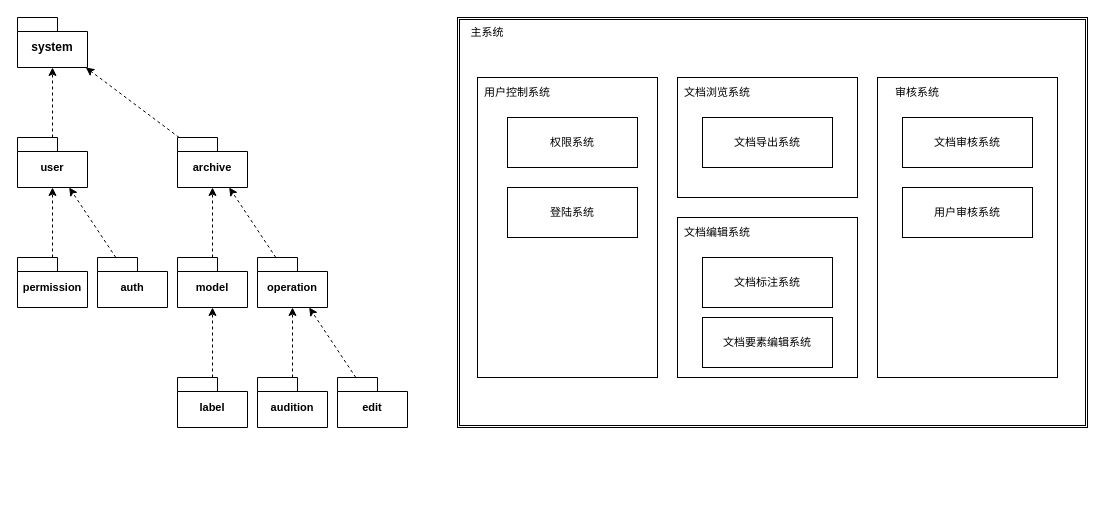
Above: UML包图.drawio in icemeowzhi/uml (draw.io), before the change. Source tidied: cells renumbered, new cells numbered last; positions are measured from the earlier drawing's top-left corner, leaving out a move shared by most shapes. Both pictures are drawn from the tidied source at 100%, with x=0, y=0 at pixel (17, 17).
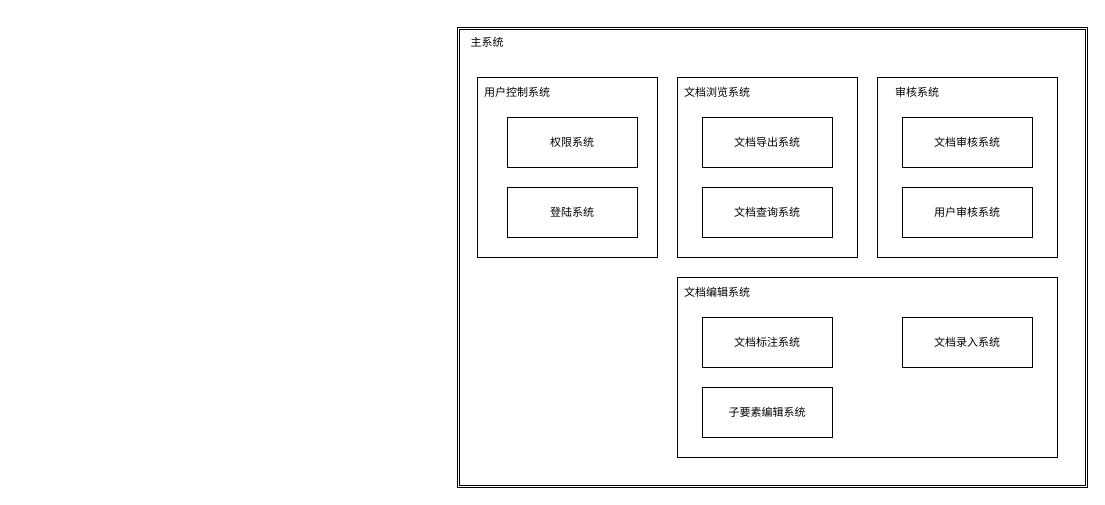
After the change.

What changed in the source:
```diff
@@
-    <mxCell id="2" value="system" style="shape=folder;fontStyle=1;spacingTop=10;tabWidth=40;tabHeight=14;tabPosition=left;html=1;whiteSpace=wrap;" parent="1" vertex="1">
-      <mxGeometry width="70" height="50" as="geometry" />
-    </mxCell>
-    <mxCell id="3" style="edgeStyle=none;shape=connector;rounded=0;jettySize=auto;html=1;dashed=1;labelBackgroundColor=default;strokeColor=default;fontFamily=Helvetica;fontSize=11;fontColor=default;endArrow=classic;" parent="1" edge="1" source="4" target="8">
-      <mxGeometry relative="1" as="geometry" />
-    </mxCell>
-    <mxCell id="4" value="permission" style="shape=folder;fontStyle=1;spacingTop=10;tabWidth=40;tabHeight=14;tabPosition=left;html=1;whiteSpace=wrap;fontFamily=Helvetica;fontSize=11;fontColor=default;" parent="1" vertex="1">
-      <mxGeometry y="240" width="70" height="50" as="geometry" />
-    </mxCell>
-    <mxCell id="5" style="edgeStyle=none;shape=connector;rounded=0;jettySize=auto;html=1;dashed=1;labelBackgroundColor=default;strokeColor=default;fontFamily=Helvetica;fontSize=11;fontColor=default;endArrow=classic;" parent="1" edge="1" source="6" target="2">
-      <mxGeometry relative="1" as="geometry" />
-    </mxCell>
-    <mxCell id="6" value="archive" style="shape=folder;fontStyle=1;spacingTop=10;tabWidth=40;tabHeight=14;tabPosition=left;html=1;whiteSpace=wrap;fontFamily=Helvetica;fontSize=11;fontColor=default;" parent="1" vertex="1">
-      <mxGeometry x="160" y="120" width="70" height="50" as="geometry" />
-    </mxCell>
-    <mxCell id="7" style="edgeStyle=none;shape=connector;rounded=0;jettySize=auto;html=1;dashed=1;labelBackgroundColor=default;strokeColor=default;fontFamily=Helvetica;fontSize=11;fontColor=default;endArrow=classic;" parent="1" edge="1" source="8" target="2">
-      <mxGeometry relative="1" as="geometry" />
-    </mxCell>
-    <mxCell id="8" value="user" style="shape=folder;fontStyle=1;spacingTop=10;tabWidth=40;tabHeight=14;tabPosition=left;html=1;whiteSpace=wrap;fontFamily=Helvetica;fontSize=11;fontColor=default;" parent="1" vertex="1">
-      <mxGeometry y="120" width="70" height="50" as="geometry" />
-    </mxCell>
-    <mxCell id="9" style="edgeStyle=none;shape=connector;rounded=0;jettySize=auto;html=1;dashed=1;labelBackgroundColor=default;strokeColor=default;fontFamily=Helvetica;fontSize=11;fontColor=default;endArrow=classic;" parent="1" edge="1" source="10" target="14">
-      <mxGeometry relative="1" as="geometry" />
-    </mxCell>
-    <mxCell id="10" value="label" style="shape=folder;fontStyle=1;spacingTop=10;tabWidth=40;tabHeight=14;tabPosition=left;html=1;whiteSpace=wrap;fontFamily=Helvetica;fontSize=11;fontColor=default;" parent="1" vertex="1">
-      <mxGeometry x="160" y="360" width="70" height="50" as="geometry" />
-    </mxCell>
-    <mxCell id="11" style="edgeStyle=none;shape=connector;rounded=0;jettySize=auto;html=1;dashed=1;labelBackgroundColor=default;strokeColor=default;fontFamily=Helvetica;fontSize=11;fontColor=default;endArrow=classic;" parent="1" edge="1" source="12" target="8">
-      <mxGeometry relative="1" as="geometry" />
-    </mxCell>
-    <mxCell id="12" value="auth" style="shape=folder;fontStyle=1;spacingTop=10;tabWidth=40;tabHeight=14;tabPosition=left;html=1;whiteSpace=wrap;fontFamily=Helvetica;fontSize=11;fontColor=default;" parent="1" vertex="1">
-      <mxGeometry x="80" y="240" width="70" height="50" as="geometry" />
-    </mxCell>
-    <mxCell id="13" style="edgeStyle=none;shape=connector;rounded=0;jettySize=auto;html=1;dashed=1;labelBackgroundColor=default;strokeColor=default;fontFamily=Helvetica;fontSize=11;fontColor=default;endArrow=classic;" parent="1" edge="1" source="14" target="6">
-      <mxGeometry relative="1" as="geometry" />
-    </mxCell>
-    <mxCell id="14" value="model" style="shape=folder;fontStyle=1;spacingTop=10;tabWidth=40;tabHeight=14;tabPosition=left;html=1;whiteSpace=wrap;fontFamily=Helvetica;fontSize=11;fontColor=default;" parent="1" vertex="1">
-      <mxGeometry x="160" y="240" width="70" height="50" as="geometry" />
-    </mxCell>
-    <mxCell id="15" style="edgeStyle=none;shape=connector;rounded=0;jettySize=auto;html=1;dashed=1;labelBackgroundColor=default;strokeColor=default;fontFamily=Helvetica;fontSize=11;fontColor=default;endArrow=classic;" parent="1" edge="1" source="16" target="6">
-      <mxGeometry relative="1" as="geometry" />
-    </mxCell>
-    <mxCell id="16" value="operation" style="shape=folder;fontStyle=1;spacingTop=10;tabWidth=40;tabHeight=14;tabPosition=left;html=1;whiteSpace=wrap;fontFamily=Helvetica;fontSize=11;fontColor=default;" parent="1" vertex="1">
-      <mxGeometry x="240" y="240" width="70" height="50" as="geometry" />
-    </mxCell>
-    <mxCell id="17" style="edgeStyle=none;shape=connector;rounded=0;jettySize=auto;html=1;dashed=1;labelBackgroundColor=default;strokeColor=default;fontFamily=Helvetica;fontSize=11;fontColor=default;endArrow=classic;" parent="1" edge="1" source="18" target="16">
-      <mxGeometry relative="1" as="geometry" />
-    </mxCell>
-    <mxCell id="18" value="audition" style="shape=folder;fontStyle=1;spacingTop=10;tabWidth=40;tabHeight=14;tabPosition=left;html=1;whiteSpace=wrap;fontFamily=Helvetica;fontSize=11;fontColor=default;" parent="1" vertex="1">
-      <mxGeometry x="240" y="360" width="70" height="50" as="geometry" />
-    </mxCell>
-    <mxCell id="19" style="edgeStyle=none;shape=connector;rounded=0;jettySize=auto;html=1;dashed=1;labelBackgroundColor=default;strokeColor=default;fontFamily=Helvetica;fontSize=11;fontColor=default;endArrow=classic;" parent="1" edge="1" source="20" target="16">
-      <mxGeometry relative="1" as="geometry" />
-    </mxCell>
-    <mxCell id="20" value="edit" style="shape=folder;fontStyle=1;spacingTop=10;tabWidth=40;tabHeight=14;tabPosition=left;html=1;whiteSpace=wrap;fontFamily=Helvetica;fontSize=11;fontColor=default;" parent="1" vertex="1">
-      <mxGeometry x="320" y="360" width="70" height="50" as="geometry" />
-    </mxCell>
     <mxCell id="21" style="shape=ext;double=1;rounded=0;whiteSpace=wrap;html=1;fontFamily=Helvetica;fontSize=11;fontColor=default;" parent="1" vertex="1">
-      <mxGeometry x="440" width="630" height="410" as="geometry" />
+      <mxGeometry x="440" y="10" width="630" height="460" as="geometry" />
     </mxCell>
     <mxCell id="22" value="主系统" style="text;strokeColor=none;align=center;fillColor=none;html=1;verticalAlign=middle;whiteSpace=wrap;rounded=0;fontSize=11;fontFamily=Helvetica;fontColor=default;" parent="1" vertex="1">
-      <mxGeometry x="440" width="60" height="30" as="geometry" />
+      <mxGeometry x="440" y="10" width="60" height="30" as="geometry" />
     </mxCell>
     <mxCell id="23" style="html=1;whiteSpace=wrap;fontFamily=Helvetica;fontSize=11;fontColor=default;" parent="1" vertex="1">
-      <mxGeometry x="460" y="60" width="180" height="300" as="geometry" />
+      <mxGeometry x="460" y="60" width="180" height="180" as="geometry" />
     </mxCell>
     <mxCell id="24" style="html=1;whiteSpace=wrap;fontFamily=Helvetica;fontSize=11;fontColor=default;" parent="1" vertex="1">
-      <mxGeometry x="660" y="60" width="180" height="120" as="geometry" />
+      <mxGeometry x="660" y="60" width="180" height="180" as="geometry" />
     </mxCell>
@@
     <mxCell id="30" style="html=1;whiteSpace=wrap;fontFamily=Helvetica;fontSize=11;fontColor=default;" parent="1" vertex="1">
-      <mxGeometry x="860" y="60" width="180" height="300" as="geometry" />
+      <mxGeometry x="860" y="60" width="180" height="180" as="geometry" />
     </mxCell>
@@
     <mxCell id="34" style="html=1;whiteSpace=wrap;fontFamily=Helvetica;fontSize=11;fontColor=default;" parent="1" vertex="1">
-      <mxGeometry x="660" y="200" width="180" height="160" as="geometry" />
+      <mxGeometry x="660" y="260" width="380" height="180" as="geometry" />
     </mxCell>
     <mxCell id="35" value="文档编辑系统" style="text;strokeColor=none;align=center;fillColor=none;html=1;verticalAlign=middle;whiteSpace=wrap;rounded=0;fontSize=11;fontFamily=Helvetica;fontColor=default;" parent="1" vertex="1">
-      <mxGeometry x="660" y="200" width="80" height="30" as="geometry" />
+      <mxGeometry x="660" y="260" width="80" height="30" as="geometry" />
     </mxCell>
     <mxCell id="36" value="文档标注系统" style="html=1;whiteSpace=wrap;fontFamily=Helvetica;fontSize=11;fontColor=default;" parent="1" vertex="1">
-      <mxGeometry x="685" y="240" width="130" height="50" as="geometry" />
+      <mxGeometry x="685" y="300" width="130" height="50" as="geometry" />
     </mxCell>
-    <mxCell id="37" value="文档要素编辑系统" style="html=1;whiteSpace=wrap;fontFamily=Helvetica;fontSize=11;fontColor=default;" parent="1" vertex="1">
-      <mxGeometry x="685" y="300" width="130" height="50" as="geometry" />
+    <mxCell id="37" value="子要素编辑系统" style="html=1;whiteSpace=wrap;fontFamily=Helvetica;fontSize=11;fontColor=default;" parent="1" vertex="1">
+      <mxGeometry x="685" y="370" width="130" height="50" as="geometry" />
     </mxCell>
+    <mxCell id="38" value="文档查询系统" style="html=1;whiteSpace=wrap;fontFamily=Helvetica;fontSize=11;fontColor=default;" parent="1" vertex="1">
+      <mxGeometry x="685" y="170" width="130" height="50" as="geometry" />
+    </mxCell>
+    <mxCell id="39" value="文档录入系统" style="html=1;whiteSpace=wrap;fontFamily=Helvetica;fontSize=11;fontColor=default;" parent="1" vertex="1">
+      <mxGeometry x="885" y="300" width="130" height="50" as="geometry" />
+    </mxCell>
```
